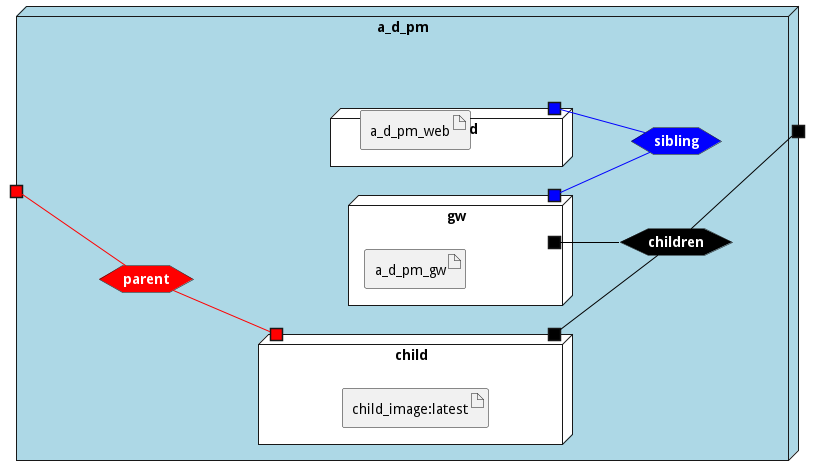
This is docs/edgemere/aml/ds/pm/envs/dev/deployment.png from madajaju/edgemere, a PlantUML export, as it was before one commit. The source it was exported from:
```plantuml
@startuml

left to right direction







node "a_d_pm" #lightblue {


    hexagon childrennet #black [
            <b><color:white>children</color></b>
    ]

    portout " " as childrennetPortOut #black
    childrennet -[#black]- childrennetPortOut

    hexagon siblingnet #blue [
            <b><color:white>sibling</color></b>
    ]

    hexagon parentnet #red [
            <b><color:white>parent</color></b>
    ]

    portin " " as parentnetPortIn #red
    parentnetPortIn -[#red]- parentnet


node "child" as childService #white {
    portOut " " as childServicechildrennet #black
   childServicechildrennet -[#black]- childrennet

    portIn " " as childServiceparentnet #red
    parentnet -[#red]- childServiceparentnet


    artifact "child_image:latest" as child_imagelatestimage

}
node "frontend" as frontendService #white {
    portOut " " as frontendServicesiblingnet #blue
   frontendServicesiblingnet -[#blue]- siblingnet


    artifact "a_d_pm_web" as a_d_pm_webimage

}
node "gw" as gwService #white {
    portOut " " as gwServicechildrennet #black
   gwServicechildrennet -[#black]- childrennet
       portOut " " as gwServicesiblingnet #blue
   gwServicesiblingnet -[#blue]- siblingnet


    artifact "a_d_pm_gw" as a_d_pm_gwimage

}

}


@enduml
```
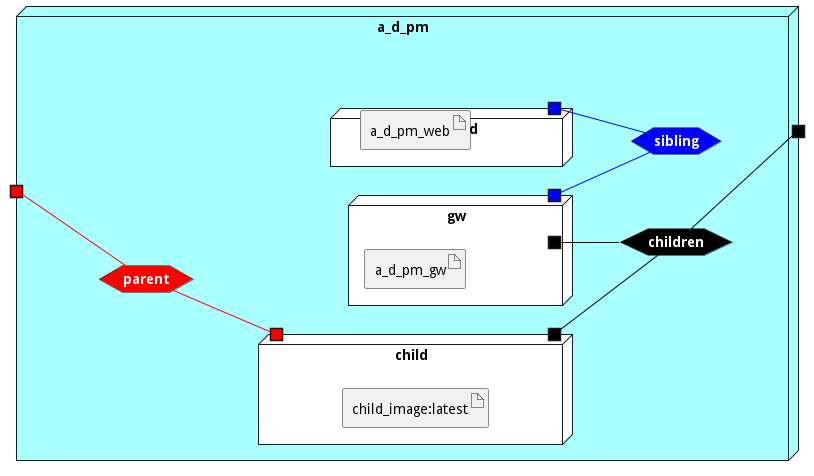
After the commit.

What changed in the source:
```diff
@@ -8,7 +8,7 @@
 
 
 
-node "a_d_pm" #lightblue {
+node "a_d_pm" #aaffff {
 
 
     hexagon childrennet #black [
```
